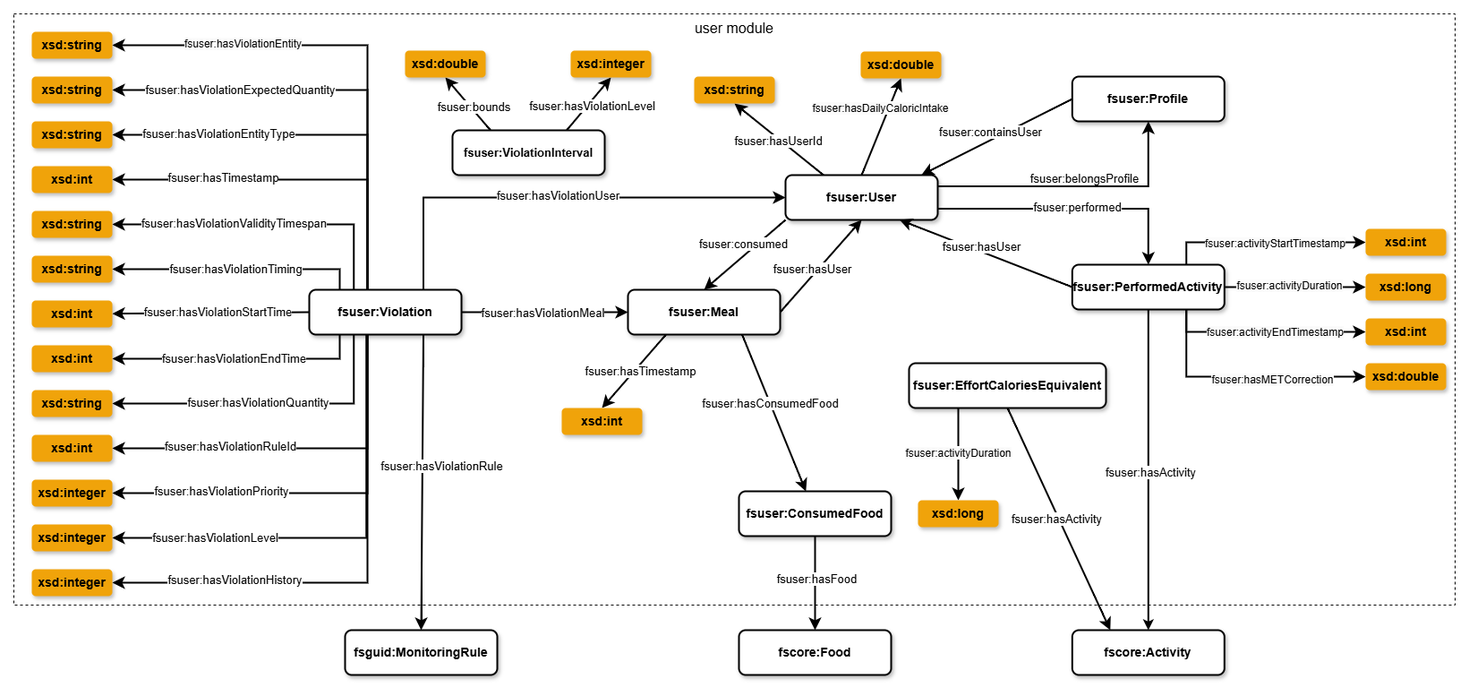
IDA-FBK/FuS-KG keeps this draw.io diagram as diagrams/user/user_module.png. Above is the earlier version. Source tidied: cells renumbered, new cells last; positions are measured from the earlier drawing's top-left corner, leaving out a move shared by most shapes.
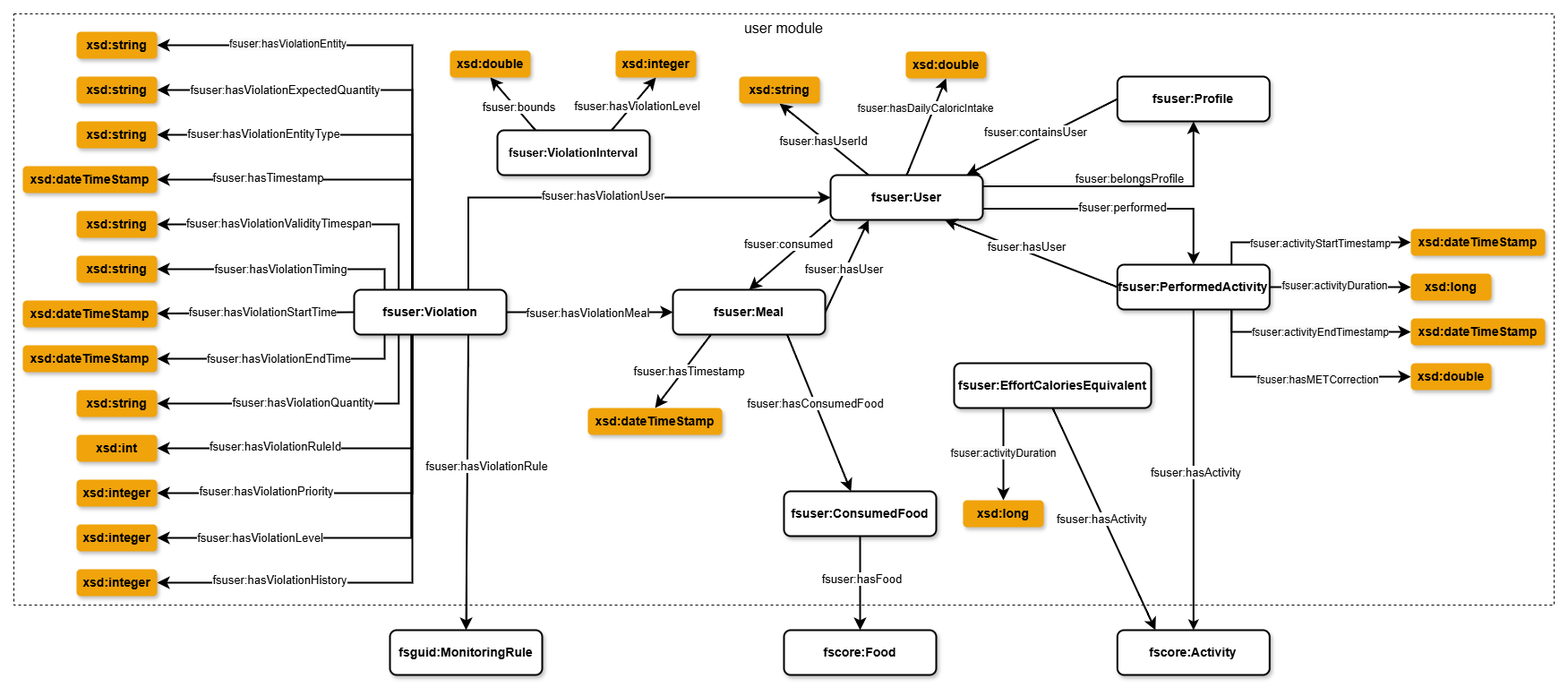
After the change.

Commit message:
update user module diagram

The edit, as a diff of the source:
```diff
@@ -3,7 +3,7 @@
     <mxCell id="0" />
     <mxCell id="1" parent="0" />
     <mxCell id="2" value="user module" style="rounded=0;whiteSpace=wrap;html=1;verticalAlign=top;fontSize=16;fillColor=none;dashed=1;" parent="1" vertex="1">
-      <mxGeometry width="1610" height="660" as="geometry" />
+      <mxGeometry x="-50" width="1720" height="660" as="geometry" />
     </mxCell>
     <mxCell id="3" style="edgeStyle=none;shape=connector;curved=1;rounded=0;jettySize=auto;html=1;exitX=0.25;exitY=0;exitDx=0;exitDy=0;entryX=0.5;entryY=1;entryDx=0;entryDy=0;strokeColor=default;strokeWidth=2;align=center;verticalAlign=middle;fontFamily=Helvetica;fontSize=13;fontColor=default;labelBackgroundColor=default;startSize=8;endArrow=classic;endSize=8;" parent="1" edge="1" source="7" target="86">
       <mxGeometry relative="1" as="geometry" />
@@ -83,7 +83,7 @@
         <mxPoint x="-11" y="-24" as="offset" />
       </mxGeometry>
     </mxCell>
-    <mxCell id="25" style="edgeStyle=none;shape=connector;curved=1;rounded=0;jettySize=auto;html=1;exitX=1;exitY=0.5;exitDx=0;exitDy=0;entryX=0.5;entryY=1;entryDx=0;entryDy=0;strokeColor=default;strokeWidth=2;align=center;verticalAlign=middle;fontFamily=Helvetica;fontSize=13;fontColor=default;labelBackgroundColor=default;startSize=8;endArrow=classic;endSize=8;" parent="1" edge="1" source="29" target="22">
+    <mxCell id="25" style="edgeStyle=none;shape=connector;curved=1;rounded=0;jettySize=auto;html=1;exitX=1;exitY=0.5;exitDx=0;exitDy=0;entryX=0.25;entryY=1;entryDx=0;entryDy=0;strokeColor=default;strokeWidth=2;align=center;verticalAlign=middle;fontFamily=Helvetica;fontSize=13;fontColor=default;labelBackgroundColor=default;startSize=8;endArrow=classic;endSize=8;" parent="1" edge="1" source="29" target="22">
       <mxGeometry relative="1" as="geometry" />
     </mxCell>
     <mxCell id="26" value="fsuser:hasUser" style="edgeLabel;html=1;align=center;verticalAlign=middle;fontFamily=Helvetica;fontSize=13;fontColor=default;labelBackgroundColor=default;" parent="25" vertex="1">
@@ -309,11 +309,11 @@
     <mxCell id="86" value="&lt;span style=&quot;font-size: 14px;&quot;&gt;xsd:double&lt;/span&gt;" style="rounded=1;whiteSpace=wrap;html=1;strokeWidth=1;fontStyle=1;shadow=1;fontSize=10;strokeColor=none;fillColor=#F0A30A;" parent="1" vertex="1">
       <mxGeometry x="437" y="41" width="90" height="30" as="geometry" />
     </mxCell>
-    <mxCell id="87" value="&lt;span style=&quot;font-size: 14px;&quot;&gt;xsd:int&lt;/span&gt;" style="rounded=1;whiteSpace=wrap;html=1;strokeWidth=1;fontStyle=1;shadow=1;fontSize=10;strokeColor=none;fillColor=#F0A30A;" parent="1" vertex="1">
-      <mxGeometry x="20" y="170" width="90" height="30" as="geometry" />
+    <mxCell id="87" value="&lt;span style=&quot;font-size: 14px;&quot;&gt;xsd:dateTimeStamp&lt;/span&gt;" style="rounded=1;whiteSpace=wrap;html=1;strokeWidth=1;fontStyle=1;shadow=1;fontSize=10;strokeColor=none;fillColor=#F0A30A;" parent="1" vertex="1">
+      <mxGeometry x="-40" y="170" width="150" height="30" as="geometry" />
     </mxCell>
-    <mxCell id="88" value="&lt;span style=&quot;font-size: 14px;&quot;&gt;xsd:int&lt;/span&gt;" style="rounded=1;whiteSpace=wrap;html=1;strokeWidth=1;fontStyle=1;shadow=1;fontSize=10;strokeColor=none;fillColor=#F0A30A;" parent="1" vertex="1">
-      <mxGeometry x="612" y="440" width="90" height="30" as="geometry" />
+    <mxCell id="88" value="&lt;span style=&quot;font-size: 14px;&quot;&gt;xsd:&lt;/span&gt;&lt;span style=&quot;font-size: 14px;&quot;&gt;dateTimeStamp&lt;/span&gt;" style="rounded=1;whiteSpace=wrap;html=1;strokeWidth=1;fontStyle=1;shadow=1;fontSize=10;strokeColor=none;fillColor=#F0A30A;" parent="1" vertex="1">
+      <mxGeometry x="591" y="440" width="150" height="30" as="geometry" />
     </mxCell>
     <mxCell id="89" value="&lt;span style=&quot;font-size: 14px;&quot;&gt;xsd:string&lt;/span&gt;" style="rounded=1;whiteSpace=wrap;html=1;strokeWidth=1;fontStyle=1;shadow=1;fontSize=10;strokeColor=none;fillColor=#F0A30A;" parent="1" vertex="1">
       <mxGeometry x="760" y="70" width="90" height="30" as="geometry" />
@@ -324,8 +324,8 @@
     <mxCell id="91" value="&lt;span style=&quot;font-size: 14px;&quot;&gt;xsd:string&lt;/span&gt;" style="rounded=1;whiteSpace=wrap;html=1;strokeWidth=1;fontStyle=1;shadow=1;fontSize=10;strokeColor=none;fillColor=#F0A30A;" parent="1" vertex="1">
       <mxGeometry x="20" y="420" width="90" height="30" as="geometry" />
     </mxCell>
-    <mxCell id="92" value="&lt;span style=&quot;font-size: 14px;&quot;&gt;xsd:int&lt;/span&gt;" style="rounded=1;whiteSpace=wrap;html=1;strokeWidth=1;fontStyle=1;shadow=1;fontSize=10;strokeColor=none;fillColor=#F0A30A;" parent="1" vertex="1">
-      <mxGeometry x="20" y="320" width="90" height="30" as="geometry" />
+    <mxCell id="92" value="&lt;span style=&quot;font-size: 14px;&quot;&gt;xsd:&lt;/span&gt;&lt;span style=&quot;font-size: 14px;&quot;&gt;dateTimeStamp&lt;/span&gt;" style="rounded=1;whiteSpace=wrap;html=1;strokeWidth=1;fontStyle=1;shadow=1;fontSize=10;strokeColor=none;fillColor=#F0A30A;" parent="1" vertex="1">
+      <mxGeometry x="-40" y="320" width="150" height="30" as="geometry" />
     </mxCell>
     <mxCell id="93" value="&lt;span style=&quot;font-size: 14px;&quot;&gt;xsd:string&lt;/span&gt;" style="rounded=1;whiteSpace=wrap;html=1;strokeWidth=1;fontStyle=1;shadow=1;fontSize=10;strokeColor=none;fillColor=#F0A30A;" parent="1" vertex="1">
       <mxGeometry x="20" y="270" width="90" height="30" as="geometry" />
@@ -354,8 +354,8 @@
     <mxCell id="101" value="&lt;div style=&quot;text-align: left;&quot;&gt;fsguid:MonitoringRule&lt;/div&gt;" style="rounded=1;whiteSpace=wrap;html=1;strokeColor=default;strokeWidth=2;align=center;verticalAlign=middle;fontFamily=Helvetica;fontSize=14;fontColor=default;fillColor=default;shadow=1;fontStyle=1;" parent="1" vertex="1">
       <mxGeometry x="370" y="688" width="170" height="50" as="geometry" />
     </mxCell>
-    <mxCell id="102" value="&lt;span style=&quot;font-size: 14px;&quot;&gt;xsd:int&lt;/span&gt;" style="rounded=1;whiteSpace=wrap;html=1;strokeWidth=1;fontStyle=1;shadow=1;fontSize=10;strokeColor=none;fillColor=#F0A30A;" parent="1" vertex="1">
-      <mxGeometry x="20" y="370" width="90" height="30" as="geometry" />
+    <mxCell id="102" value="&lt;span style=&quot;font-size: 14px;&quot;&gt;xsd:&lt;/span&gt;&lt;span style=&quot;font-size: 14px;&quot;&gt;dateTimeStamp&lt;/span&gt;" style="rounded=1;whiteSpace=wrap;html=1;strokeWidth=1;fontStyle=1;shadow=1;fontSize=10;strokeColor=none;fillColor=#F0A30A;" parent="1" vertex="1">
+      <mxGeometry x="-40" y="370" width="150" height="30" as="geometry" />
     </mxCell>
     <mxCell id="103" value="&lt;span style=&quot;font-size: 14px;&quot;&gt;xsd:double&lt;/span&gt;" style="rounded=1;whiteSpace=wrap;html=1;strokeWidth=1;fontStyle=1;shadow=1;fontSize=10;strokeColor=none;fillColor=#F0A30A;" parent="1" vertex="1">
       <mxGeometry x="1510" y="390" width="90" height="30" as="geometry" />
@@ -366,14 +366,14 @@
     <mxCell id="105" value="&lt;span style=&quot;font-size: 14px;&quot;&gt;xsd:long&lt;/span&gt;" style="rounded=1;whiteSpace=wrap;html=1;strokeWidth=1;fontStyle=1;shadow=1;fontSize=10;strokeColor=none;fillColor=#F0A30A;" parent="1" vertex="1">
       <mxGeometry x="1010" y="543" width="90" height="30" as="geometry" />
     </mxCell>
-    <mxCell id="106" value="&lt;span style=&quot;font-size: 14px;&quot;&gt;xsd:int&lt;/span&gt;" style="rounded=1;whiteSpace=wrap;html=1;strokeWidth=1;fontStyle=1;shadow=1;fontSize=10;strokeColor=none;fillColor=#F0A30A;" parent="1" vertex="1">
-      <mxGeometry x="1510" y="340" width="90" height="30" as="geometry" />
+    <mxCell id="106" value="&lt;span style=&quot;font-size: 14px;&quot;&gt;xsd:dateTimeStamp&lt;/span&gt;" style="rounded=1;whiteSpace=wrap;html=1;strokeWidth=1;fontStyle=1;shadow=1;fontSize=10;strokeColor=none;fillColor=#F0A30A;" parent="1" vertex="1">
+      <mxGeometry x="1510" y="340" width="150" height="30" as="geometry" />
     </mxCell>
     <mxCell id="107" value="&lt;span style=&quot;font-size: 14px;&quot;&gt;xsd:long&lt;/span&gt;" style="rounded=1;whiteSpace=wrap;html=1;strokeWidth=1;fontStyle=1;shadow=1;fontSize=10;strokeColor=none;fillColor=#F0A30A;" parent="1" vertex="1">
       <mxGeometry x="1510" y="290" width="90" height="30" as="geometry" />
     </mxCell>
-    <mxCell id="108" value="&lt;span style=&quot;font-size: 14px;&quot;&gt;xsd:int&lt;/span&gt;" style="rounded=1;whiteSpace=wrap;html=1;strokeWidth=1;fontStyle=1;shadow=1;fontSize=10;strokeColor=none;fillColor=#F0A30A;" parent="1" vertex="1">
-      <mxGeometry x="1510" y="240" width="90" height="30" as="geometry" />
+    <mxCell id="108" value="&lt;span style=&quot;font-size: 14px;&quot;&gt;xsd:dateTimeStamp&lt;/span&gt;" style="rounded=1;whiteSpace=wrap;html=1;strokeWidth=1;fontStyle=1;shadow=1;fontSize=10;strokeColor=none;fillColor=#F0A30A;" parent="1" vertex="1">
+      <mxGeometry x="1510" y="240" width="150" height="30" as="geometry" />
     </mxCell>
   </root>
 </mxGraphModel>
```
